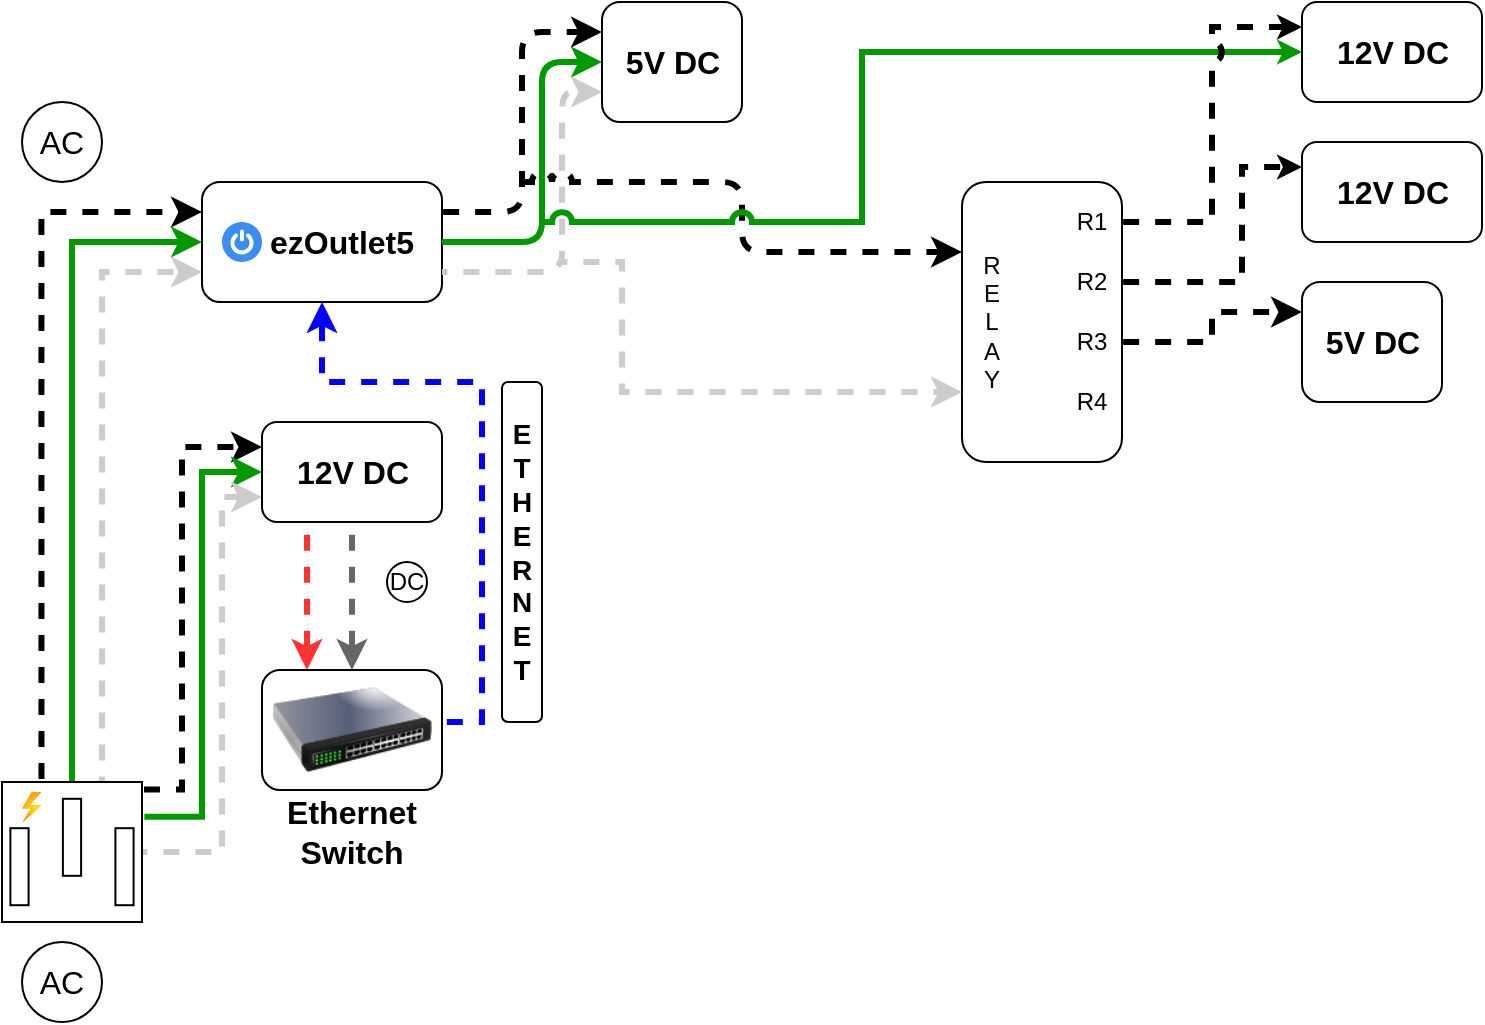
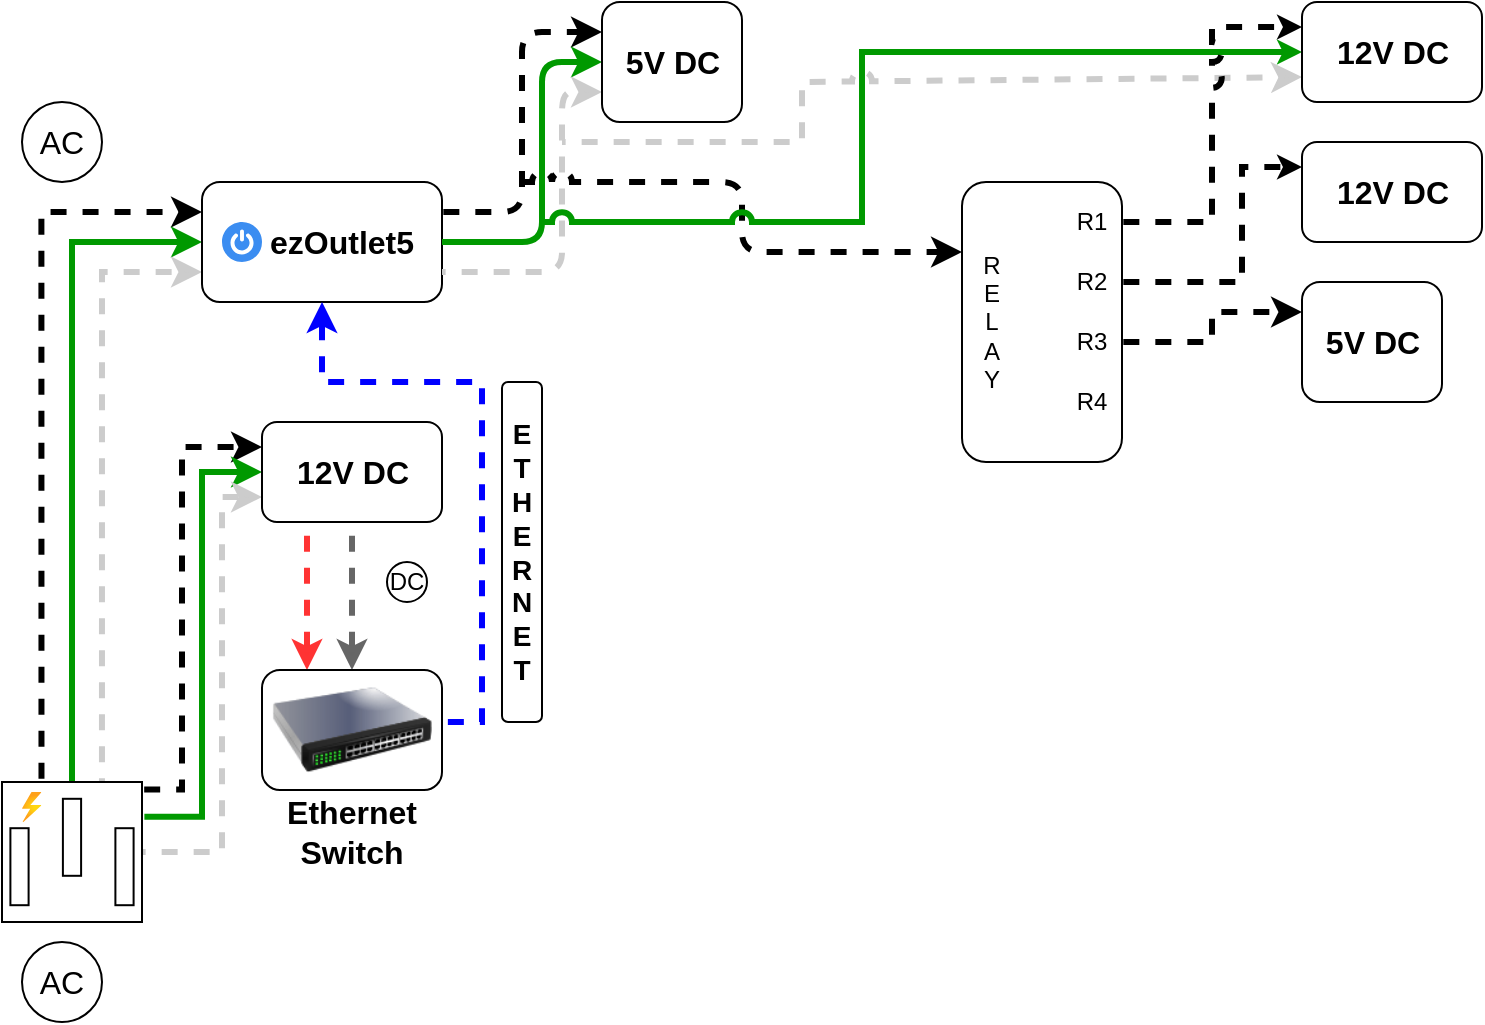
<mxfile host="app.diagrams.net" agent="Mozilla/5.0 (Windows NT 10.0; Win64; x64) AppleWebKit/537.36 (KHTML, like Gecko) Chrome/131.0.0.0 Safari/537.36 Edg/131.0.0.0" version="25.0.3">
  <diagram name="Page-1" id="VlRkN-xOVygPYa-iD9Ir">
-     <mxGraphModel dx="724" dy="454" grid="1" gridSize="10" guides="1" tooltips="1" connect="1" arrows="1" fold="1" page="1" pageScale="1" pageWidth="1169" pageHeight="827" background="none" math="0" shadow="0">
+     <mxGraphModel dx="1050" dy="658" grid="1" gridSize="10" guides="1" tooltips="1" connect="1" arrows="1" fold="1" page="1" pageScale="1" pageWidth="1169" pageHeight="827" background="none" math="0" shadow="0">
      <root>
        <mxCell id="0" />
        <mxCell id="1" parent="0" />
        <mxCell id="JVLtuT8sySUBbFbLTn6r-3" style="edgeStyle=orthogonalEdgeStyle;rounded=0;orthogonalLoop=1;jettySize=auto;html=1;entryX=0;entryY=0.25;entryDx=0;entryDy=0;exitX=0.282;exitY=-0.013;exitDx=0;exitDy=0;exitPerimeter=0;strokeWidth=3;flowAnimation=1;flowAnimationDirection=alternate;flowAnimationTimingFunction=ease-in-out;flowAnimationDuration=1500;" edge="1" parent="1" source="pD8juBFKP1GN8B8eYQTb-1" target="pD8juBFKP1GN8B8eYQTb-3">
          <mxGeometry relative="1" as="geometry" />
        </mxCell>
        <mxCell id="JVLtuT8sySUBbFbLTn6r-4" style="edgeStyle=orthogonalEdgeStyle;rounded=0;orthogonalLoop=1;jettySize=auto;html=1;exitX=0.5;exitY=0;exitDx=0;exitDy=0;exitPerimeter=0;entryX=0;entryY=0.5;entryDx=0;entryDy=0;strokeColor=#009900;strokeWidth=3;" edge="1" parent="1" source="pD8juBFKP1GN8B8eYQTb-1" target="pD8juBFKP1GN8B8eYQTb-3">
          <mxGeometry relative="1" as="geometry" />
        </mxCell>
        <mxCell id="JVLtuT8sySUBbFbLTn6r-5" style="edgeStyle=orthogonalEdgeStyle;rounded=0;orthogonalLoop=1;jettySize=auto;html=1;entryX=0;entryY=0.75;entryDx=0;entryDy=0;exitX=0.714;exitY=0;exitDx=0;exitDy=0;exitPerimeter=0;strokeWidth=3;strokeColor=#CCCCCC;flowAnimation=1;flowAnimationDirection=alternate-reverse;flowAnimationTimingFunction=ease-in-out;" edge="1" parent="1" source="pD8juBFKP1GN8B8eYQTb-1" target="pD8juBFKP1GN8B8eYQTb-3">
          <mxGeometry relative="1" as="geometry">
            <mxPoint x="120" y="320" as="targetPoint" />
          </mxGeometry>
        </mxCell>
        <mxCell id="JVLtuT8sySUBbFbLTn6r-6" style="edgeStyle=orthogonalEdgeStyle;rounded=0;orthogonalLoop=1;jettySize=auto;html=1;entryX=0;entryY=0.25;entryDx=0;entryDy=0;exitX=1.006;exitY=0.054;exitDx=0;exitDy=0;exitPerimeter=0;strokeWidth=3;flowAnimation=1;flowAnimationDirection=alternate;flowAnimationTimingFunction=ease-in-out;flowAnimationDuration=1500;" edge="1" parent="1" source="pD8juBFKP1GN8B8eYQTb-1" target="pD8juBFKP1GN8B8eYQTb-24">
          <mxGeometry relative="1" as="geometry">
            <Array as="points">
              <mxPoint x="120" y="404" />
              <mxPoint x="120" y="233" />
            </Array>
          </mxGeometry>
        </mxCell>
        <mxCell id="JVLtuT8sySUBbFbLTn6r-7" style="edgeStyle=orthogonalEdgeStyle;rounded=0;orthogonalLoop=1;jettySize=auto;html=1;entryX=0;entryY=0.5;entryDx=0;entryDy=0;exitX=1.017;exitY=0.249;exitDx=0;exitDy=0;exitPerimeter=0;strokeWidth=3;strokeColor=#009900;" edge="1" parent="1" source="pD8juBFKP1GN8B8eYQTb-1" target="pD8juBFKP1GN8B8eYQTb-24">
          <mxGeometry relative="1" as="geometry" />
        </mxCell>
        <mxCell id="JVLtuT8sySUBbFbLTn6r-8" style="edgeStyle=orthogonalEdgeStyle;rounded=0;orthogonalLoop=1;jettySize=auto;html=1;entryX=0;entryY=0.75;entryDx=0;entryDy=0;strokeColor=#CCCCCC;strokeWidth=3;flowAnimation=1;flowAnimationDirection=alternate-reverse;flowAnimationTimingFunction=ease-in-out;" edge="1" parent="1" source="pD8juBFKP1GN8B8eYQTb-1" target="pD8juBFKP1GN8B8eYQTb-24">
          <mxGeometry relative="1" as="geometry">
            <Array as="points">
              <mxPoint x="140" y="435" />
              <mxPoint x="140" y="258" />
            </Array>
          </mxGeometry>
        </mxCell>
        <mxCell id="JVLtuT8sySUBbFbLTn6r-1" value="" style="group" vertex="1" connectable="0" parent="1">
          <mxGeometry x="30" y="480" width="60" height="40" as="geometry" />
        </mxCell>
        <mxCell id="pD8juBFKP1GN8B8eYQTb-22" value="AC" style="text;html=1;align=center;verticalAlign=middle;whiteSpace=wrap;rounded=0;fontSize=16;" parent="JVLtuT8sySUBbFbLTn6r-1" vertex="1">
          <mxGeometry y="5" width="60" height="30" as="geometry" />
        </mxCell>
        <mxCell id="pD8juBFKP1GN8B8eYQTb-23" value="" style="ellipse;whiteSpace=wrap;html=1;fillColor=none;" parent="JVLtuT8sySUBbFbLTn6r-1" vertex="1">
          <mxGeometry x="10" width="40" height="40" as="geometry" />
        </mxCell>
        <mxCell id="JVLtuT8sySUBbFbLTn6r-2" value="" style="group" vertex="1" connectable="0" parent="1">
          <mxGeometry x="30" y="60" width="60" height="40" as="geometry" />
        </mxCell>
        <mxCell id="pD8juBFKP1GN8B8eYQTb-9" value="" style="ellipse;whiteSpace=wrap;html=1;fillColor=none;" parent="JVLtuT8sySUBbFbLTn6r-2" vertex="1">
          <mxGeometry x="10" width="40" height="40" as="geometry" />
        </mxCell>
        <mxCell id="pD8juBFKP1GN8B8eYQTb-11" value="AC" style="text;html=1;align=center;verticalAlign=middle;whiteSpace=wrap;rounded=0;fontSize=16;" parent="JVLtuT8sySUBbFbLTn6r-2" vertex="1">
          <mxGeometry y="5" width="60" height="30" as="geometry" />
        </mxCell>
        <mxCell id="JVLtuT8sySUBbFbLTn6r-9" value="" style="group" vertex="1" connectable="0" parent="1">
          <mxGeometry x="130" y="100" width="120" height="60" as="geometry" />
        </mxCell>
        <mxCell id="JVLtuT8sySUBbFbLTn6r-16" value="" style="group" vertex="1" connectable="0" parent="JVLtuT8sySUBbFbLTn6r-9">
          <mxGeometry width="120" height="60" as="geometry" />
        </mxCell>
        <mxCell id="pD8juBFKP1GN8B8eYQTb-3" value="" style="rounded=1;whiteSpace=wrap;html=1;" parent="JVLtuT8sySUBbFbLTn6r-16" vertex="1">
          <mxGeometry width="120" height="60" as="geometry" />
        </mxCell>
        <mxCell id="JVLtuT8sySUBbFbLTn6r-13" value="" style="sketch=0;html=1;aspect=fixed;strokeColor=none;shadow=0;fillColor=#3B8DF1;verticalAlign=top;labelPosition=center;verticalLabelPosition=bottom;shape=mxgraph.gcp2.a7_power" vertex="1" parent="JVLtuT8sySUBbFbLTn6r-16">
          <mxGeometry x="10" y="20" width="20" height="20" as="geometry" />
        </mxCell>
        <mxCell id="pD8juBFKP1GN8B8eYQTb-15" value="&lt;b&gt;ezOutlet5&lt;/b&gt;" style="text;html=1;align=center;verticalAlign=middle;whiteSpace=wrap;rounded=0;fontSize=16;" parent="JVLtuT8sySUBbFbLTn6r-16" vertex="1">
          <mxGeometry x="40" y="10" width="60" height="40" as="geometry" />
        </mxCell>
        <mxCell id="JVLtuT8sySUBbFbLTn6r-11" value="" style="group" vertex="1" connectable="0" parent="1">
          <mxGeometry x="160" y="220" width="90" height="50" as="geometry" />
        </mxCell>
        <mxCell id="JVLtuT8sySUBbFbLTn6r-72" value="" style="group" vertex="1" connectable="0" parent="JVLtuT8sySUBbFbLTn6r-11">
          <mxGeometry width="90" height="50" as="geometry" />
        </mxCell>
        <mxCell id="pD8juBFKP1GN8B8eYQTb-24" value="" style="rounded=1;whiteSpace=wrap;html=1;" parent="JVLtuT8sySUBbFbLTn6r-72" vertex="1">
          <mxGeometry width="90" height="50" as="geometry" />
        </mxCell>
        <mxCell id="JVLtuT8sySUBbFbLTn6r-10" value="&lt;font style=&quot;font-size: 16px;&quot;&gt;&lt;b&gt;12V DC&lt;/b&gt;&lt;/font&gt;" style="text;html=1;align=center;verticalAlign=middle;whiteSpace=wrap;rounded=0;" vertex="1" parent="JVLtuT8sySUBbFbLTn6r-72">
          <mxGeometry x="15.75" y="10" width="58.5" height="30" as="geometry" />
        </mxCell>
        <mxCell id="JVLtuT8sySUBbFbLTn6r-18" value="" style="group" vertex="1" connectable="0" parent="1">
          <mxGeometry x="30" y="400" width="70" height="70" as="geometry" />
        </mxCell>
        <mxCell id="pD8juBFKP1GN8B8eYQTb-1" value="" style="pointerEvents=1;verticalLabelPosition=bottom;shadow=0;dashed=0;align=center;html=1;verticalAlign=top;shape=mxgraph.electrical.miscellaneous.ac_out" parent="JVLtuT8sySUBbFbLTn6r-18" vertex="1">
          <mxGeometry width="70" height="70" as="geometry" />
        </mxCell>
        <mxCell id="JVLtuT8sySUBbFbLTn6r-12" value="" style="image;aspect=fixed;html=1;points=[];align=center;fontSize=12;image=img/lib/azure2/general/Power.svg;" vertex="1" parent="JVLtuT8sySUBbFbLTn6r-18">
          <mxGeometry x="10" y="5" width="9.72" height="15" as="geometry" />
        </mxCell>
        <mxCell id="JVLtuT8sySUBbFbLTn6r-23" style="edgeStyle=orthogonalEdgeStyle;rounded=0;orthogonalLoop=1;jettySize=auto;html=1;entryX=0.25;entryY=0;entryDx=0;entryDy=0;exitX=0.25;exitY=1;exitDx=0;exitDy=0;strokeColor=#FF3333;strokeWidth=3;flowAnimation=1;" edge="1" parent="1" source="pD8juBFKP1GN8B8eYQTb-24" target="JVLtuT8sySUBbFbLTn6r-19">
          <mxGeometry relative="1" as="geometry" />
        </mxCell>
        <mxCell id="JVLtuT8sySUBbFbLTn6r-28" value="" style="group" vertex="1" connectable="0" parent="1">
          <mxGeometry x="220" y="290" width="25" height="20" as="geometry" />
        </mxCell>
        <mxCell id="JVLtuT8sySUBbFbLTn6r-26" value="" style="ellipse;whiteSpace=wrap;html=1;aspect=fixed;" vertex="1" parent="JVLtuT8sySUBbFbLTn6r-28">
          <mxGeometry x="2.5" width="20" height="20" as="geometry" />
        </mxCell>
        <mxCell id="JVLtuT8sySUBbFbLTn6r-27" value="&lt;font&gt;DC&lt;/font&gt;" style="text;html=1;align=center;verticalAlign=middle;whiteSpace=wrap;rounded=0;" vertex="1" parent="JVLtuT8sySUBbFbLTn6r-28">
          <mxGeometry y="2.5" width="25" height="15" as="geometry" />
        </mxCell>
        <mxCell id="JVLtuT8sySUBbFbLTn6r-29" style="edgeStyle=orthogonalEdgeStyle;rounded=0;orthogonalLoop=1;jettySize=auto;html=1;exitX=0.5;exitY=1;exitDx=0;exitDy=0;entryX=0.5;entryY=0;entryDx=0;entryDy=0;strokeWidth=3;flowAnimation=1;strokeColor=#666666;" edge="1" parent="1" source="pD8juBFKP1GN8B8eYQTb-24" target="JVLtuT8sySUBbFbLTn6r-19">
          <mxGeometry relative="1" as="geometry" />
        </mxCell>
        <mxCell id="JVLtuT8sySUBbFbLTn6r-30" style="edgeStyle=orthogonalEdgeStyle;rounded=0;orthogonalLoop=1;jettySize=auto;html=1;exitX=1;exitY=0.5;exitDx=0;exitDy=0;entryX=0.5;entryY=1;entryDx=0;entryDy=0;strokeColor=#0000FF;strokeWidth=3;flowAnimation=1;" edge="1" parent="1" source="JVLtuT8sySUBbFbLTn6r-19" target="pD8juBFKP1GN8B8eYQTb-3">
          <mxGeometry relative="1" as="geometry">
            <Array as="points">
              <mxPoint x="270" y="370" />
              <mxPoint x="270" y="200" />
              <mxPoint x="190" y="200" />
            </Array>
          </mxGeometry>
        </mxCell>
        <mxCell id="JVLtuT8sySUBbFbLTn6r-31" value="" style="rounded=1;whiteSpace=wrap;html=1;" vertex="1" parent="1">
          <mxGeometry x="280" y="200" width="20" height="170" as="geometry" />
        </mxCell>
        <mxCell id="JVLtuT8sySUBbFbLTn6r-32" value="&lt;b&gt;&lt;font style=&quot;font-size: 14px;&quot;&gt;E&lt;/font&gt;&lt;/b&gt;&lt;div&gt;&lt;b&gt;&lt;font style=&quot;font-size: 14px;&quot;&gt;T&lt;/font&gt;&lt;/b&gt;&lt;/div&gt;&lt;div&gt;&lt;b&gt;&lt;font style=&quot;font-size: 14px;&quot;&gt;H&lt;/font&gt;&lt;/b&gt;&lt;/div&gt;&lt;div&gt;&lt;b&gt;&lt;font style=&quot;font-size: 14px;&quot;&gt;E&lt;/font&gt;&lt;/b&gt;&lt;/div&gt;&lt;div&gt;&lt;b&gt;&lt;font style=&quot;font-size: 14px;&quot;&gt;R&lt;/font&gt;&lt;/b&gt;&lt;/div&gt;&lt;div&gt;&lt;b&gt;&lt;font style=&quot;font-size: 14px;&quot;&gt;N&lt;/font&gt;&lt;/b&gt;&lt;/div&gt;&lt;div&gt;&lt;b&gt;&lt;font style=&quot;font-size: 14px;&quot;&gt;E&lt;/font&gt;&lt;/b&gt;&lt;/div&gt;&lt;div&gt;&lt;b&gt;&lt;font style=&quot;font-size: 14px;&quot;&gt;T&lt;/font&gt;&lt;/b&gt;&lt;/div&gt;" style="text;html=1;align=center;verticalAlign=middle;whiteSpace=wrap;rounded=0;" vertex="1" parent="1">
          <mxGeometry x="275" y="180" width="30" height="210" as="geometry" />
        </mxCell>
        <mxCell id="JVLtuT8sySUBbFbLTn6r-33" value="" style="rounded=1;whiteSpace=wrap;html=1;" vertex="1" parent="1">
          <mxGeometry x="510" y="100" width="80" height="140" as="geometry" />
        </mxCell>
        <mxCell id="JVLtuT8sySUBbFbLTn6r-35" style="edgeStyle=orthogonalEdgeStyle;rounded=1;orthogonalLoop=1;jettySize=auto;html=1;exitX=1;exitY=0.25;exitDx=0;exitDy=0;entryX=0;entryY=0.25;entryDx=0;entryDy=0;curved=0;strokeWidth=3;flowAnimation=1;flowAnimationDirection=alternate;flowAnimationTimingFunction=ease-in-out;flowAnimationDuration=1500;" edge="1" parent="1" source="pD8juBFKP1GN8B8eYQTb-3" target="JVLtuT8sySUBbFbLTn6r-34">
          <mxGeometry relative="1" as="geometry" />
        </mxCell>
        <mxCell id="JVLtuT8sySUBbFbLTn6r-36" style="edgeStyle=orthogonalEdgeStyle;rounded=1;orthogonalLoop=1;jettySize=auto;html=1;exitX=1;exitY=0.5;exitDx=0;exitDy=0;entryX=0;entryY=0.5;entryDx=0;entryDy=0;curved=0;strokeWidth=3;strokeColor=#009900;" edge="1" parent="1" source="pD8juBFKP1GN8B8eYQTb-3" target="JVLtuT8sySUBbFbLTn6r-34">
          <mxGeometry relative="1" as="geometry">
            <Array as="points">
              <mxPoint x="300" y="130" />
              <mxPoint x="300" y="40" />
            </Array>
          </mxGeometry>
        </mxCell>
        <mxCell id="JVLtuT8sySUBbFbLTn6r-37" style="edgeStyle=orthogonalEdgeStyle;rounded=1;orthogonalLoop=1;jettySize=auto;html=1;exitX=1;exitY=0.75;exitDx=0;exitDy=0;entryX=0;entryY=0.75;entryDx=0;entryDy=0;curved=0;strokeColor=#CCCCCC;strokeWidth=3;flowAnimation=1;flowAnimationDirection=alternate-reverse;flowAnimationTimingFunction=ease-in-out;" edge="1" parent="1" source="pD8juBFKP1GN8B8eYQTb-3" target="JVLtuT8sySUBbFbLTn6r-34">
          <mxGeometry relative="1" as="geometry">
            <Array as="points">
              <mxPoint x="310" y="145" />
              <mxPoint x="310" y="55" />
            </Array>
          </mxGeometry>
        </mxCell>
        <mxCell id="JVLtuT8sySUBbFbLTn6r-40" value="" style="endArrow=classic;html=1;rounded=1;curved=0;entryX=0;entryY=0.25;entryDx=0;entryDy=0;jumpStyle=arc;strokeWidth=3;flowAnimation=1;flowAnimationDirection=alternate;flowAnimationTimingFunction=ease-in-out;flowAnimationDuration=1500;" edge="1" parent="1" target="JVLtuT8sySUBbFbLTn6r-33">
          <mxGeometry width="50" height="50" relative="1" as="geometry">
            <mxPoint x="290" y="100" as="sourcePoint" />
            <mxPoint x="410" y="170" as="targetPoint" />
            <Array as="points">
              <mxPoint x="400" y="100" />
              <mxPoint x="400" y="135" />
            </Array>
          </mxGeometry>
        </mxCell>
        <mxCell id="JVLtuT8sySUBbFbLTn6r-51" value="" style="group" vertex="1" connectable="0" parent="1">
          <mxGeometry x="160" y="344" width="90" height="96" as="geometry" />
        </mxCell>
        <mxCell id="JVLtuT8sySUBbFbLTn6r-21" value="" style="group" vertex="1" connectable="0" parent="JVLtuT8sySUBbFbLTn6r-51">
          <mxGeometry width="90" height="70" as="geometry" />
        </mxCell>
        <mxCell id="JVLtuT8sySUBbFbLTn6r-50" value="" style="group" vertex="1" connectable="0" parent="JVLtuT8sySUBbFbLTn6r-21">
          <mxGeometry width="90" height="70" as="geometry" />
        </mxCell>
        <mxCell id="JVLtuT8sySUBbFbLTn6r-19" value="" style="rounded=1;whiteSpace=wrap;html=1;" vertex="1" parent="JVLtuT8sySUBbFbLTn6r-50">
          <mxGeometry width="90" height="60" as="geometry" />
        </mxCell>
        <mxCell id="JVLtuT8sySUBbFbLTn6r-49" value="" style="image;html=1;image=img/lib/clip_art/networking/Switch_128x128.png" vertex="1" parent="JVLtuT8sySUBbFbLTn6r-50">
          <mxGeometry x="5" y="-10" width="80" height="80" as="geometry" />
        </mxCell>
        <mxCell id="JVLtuT8sySUBbFbLTn6r-20" value="&lt;b&gt;&lt;font style=&quot;font-size: 16px;&quot;&gt;Ethernet&lt;/font&gt;&lt;/b&gt;&lt;div&gt;&lt;b&gt;&lt;font style=&quot;font-size: 16px;&quot;&gt;Switch&lt;/font&gt;&lt;/b&gt;&lt;/div&gt;" style="text;html=1;align=center;verticalAlign=middle;whiteSpace=wrap;rounded=0;" vertex="1" parent="JVLtuT8sySUBbFbLTn6r-51">
          <mxGeometry x="15" y="66" width="60" height="30" as="geometry" />
        </mxCell>
        <mxCell id="JVLtuT8sySUBbFbLTn6r-53" value="" style="group" vertex="1" connectable="0" parent="1">
          <mxGeometry x="330" y="10" width="70" height="60" as="geometry" />
        </mxCell>
        <mxCell id="JVLtuT8sySUBbFbLTn6r-71" value="" style="group" vertex="1" connectable="0" parent="JVLtuT8sySUBbFbLTn6r-53">
          <mxGeometry width="70" height="60" as="geometry" />
        </mxCell>
        <mxCell id="JVLtuT8sySUBbFbLTn6r-34" value="" style="rounded=1;whiteSpace=wrap;html=1;" vertex="1" parent="JVLtuT8sySUBbFbLTn6r-71">
          <mxGeometry width="70" height="60" as="geometry" />
        </mxCell>
        <mxCell id="JVLtuT8sySUBbFbLTn6r-52" value="&lt;font style=&quot;font-size: 16px;&quot;&gt;&lt;b&gt;5&lt;/b&gt;&lt;/font&gt;&lt;b style=&quot;font-size: 16px; background-color: initial;&quot;&gt;V DC&lt;/b&gt;" style="text;html=1;align=center;verticalAlign=middle;whiteSpace=wrap;rounded=0;" vertex="1" parent="JVLtuT8sySUBbFbLTn6r-71">
          <mxGeometry x="5.75" y="15" width="58.5" height="30" as="geometry" />
        </mxCell>
        <mxCell id="JVLtuT8sySUBbFbLTn6r-54" value="" style="endArrow=classic;html=1;rounded=0;entryX=0;entryY=0.5;entryDx=0;entryDy=0;jumpStyle=arc;strokeColor=#009900;strokeWidth=3;endSize=3;" edge="1" parent="1" target="JVLtuT8sySUBbFbLTn6r-74">
          <mxGeometry width="50" height="50" relative="1" as="geometry">
            <mxPoint x="300" y="120" as="sourcePoint" />
            <mxPoint x="350" y="80" as="targetPoint" />
            <Array as="points">
              <mxPoint x="460" y="120" />
              <mxPoint x="460" y="35" />
            </Array>
          </mxGeometry>
        </mxCell>
-         <mxCell id="JVLtuT8sySUBbFbLTn6r-55" value="" style="endArrow=classic;html=1;rounded=0;entryX=0;entryY=0.75;entryDx=0;entryDy=0;strokeColor=#CCCCCC;strokeWidth=3;jumpStyle=arc;flowAnimation=1;flowAnimationDirection=alternate-reverse;flowAnimationTimingFunction=ease-in-out;" edge="1" parent="1" target="JVLtuT8sySUBbFbLTn6r-33">
+         <mxCell id="JVLtuT8sySUBbFbLTn6r-55" value="" style="endArrow=classic;html=1;rounded=0;entryX=0;entryY=0.75;entryDx=0;entryDy=0;strokeColor=#CCCCCC;strokeWidth=3;jumpStyle=arc;flowAnimation=1;flowAnimationDirection=alternate-reverse;flowAnimationTimingFunction=ease-in-out;" edge="1" parent="1" target="JVLtuT8sySUBbFbLTn6r-74">
          <mxGeometry width="50" height="50" relative="1" as="geometry">
-             <mxPoint x="310" y="140" as="sourcePoint" />
+             <mxPoint x="310" y="80" as="sourcePoint" />
            <mxPoint x="350" y="140" as="targetPoint" />
            <Array as="points">
-               <mxPoint x="340" y="140" />
-               <mxPoint x="340" y="205" />
+               <mxPoint x="430" y="80" />
+               <mxPoint x="430" y="50" />
+               <mxPoint x="520" y="50" />
            </Array>
          </mxGeometry>
        </mxCell>
        <mxCell id="JVLtuT8sySUBbFbLTn6r-56" value="R&lt;div&gt;E&lt;/div&gt;&lt;div&gt;L&lt;/div&gt;&lt;div&gt;A&lt;/div&gt;&lt;div&gt;Y&lt;/div&gt;" style="text;html=1;align=center;verticalAlign=middle;whiteSpace=wrap;rounded=0;" vertex="1" parent="1">
          <mxGeometry x="510" y="135" width="30" height="70" as="geometry" />
        </mxCell>
        <mxCell id="JVLtuT8sySUBbFbLTn6r-79" style="edgeStyle=orthogonalEdgeStyle;rounded=0;orthogonalLoop=1;jettySize=auto;html=1;exitX=1;exitY=0.5;exitDx=0;exitDy=0;entryX=0;entryY=0.25;entryDx=0;entryDy=0;strokeWidth=3;flowAnimation=1;flowAnimationDirection=alternate;flowAnimationTimingFunction=ease-in-out;flowAnimationDuration=1500;jumpStyle=arc;endSize=3;" edge="1" parent="1" source="JVLtuT8sySUBbFbLTn6r-57" target="JVLtuT8sySUBbFbLTn6r-74">
          <mxGeometry relative="1" as="geometry" />
        </mxCell>
        <mxCell id="JVLtuT8sySUBbFbLTn6r-57" value="R1" style="text;html=1;align=center;verticalAlign=middle;whiteSpace=wrap;rounded=0;" vertex="1" parent="1">
          <mxGeometry x="560" y="105" width="30" height="30" as="geometry" />
        </mxCell>
        <mxCell id="JVLtuT8sySUBbFbLTn6r-80" style="edgeStyle=orthogonalEdgeStyle;rounded=0;orthogonalLoop=1;jettySize=auto;html=1;exitX=1;exitY=0.5;exitDx=0;exitDy=0;entryX=0;entryY=0.25;entryDx=0;entryDy=0;strokeWidth=3;flowAnimation=1;flowAnimationDirection=alternate;flowAnimationTimingFunction=ease-in-out;flowAnimationDuration=1500;endSize=3;" edge="1" parent="1" source="JVLtuT8sySUBbFbLTn6r-58" target="JVLtuT8sySUBbFbLTn6r-77">
          <mxGeometry relative="1" as="geometry">
            <Array as="points">
              <mxPoint x="650" y="150" />
              <mxPoint x="650" y="93" />
            </Array>
          </mxGeometry>
        </mxCell>
        <mxCell id="JVLtuT8sySUBbFbLTn6r-58" value="R2" style="text;html=1;align=center;verticalAlign=middle;whiteSpace=wrap;rounded=0;" vertex="1" parent="1">
          <mxGeometry x="560" y="135" width="30" height="30" as="geometry" />
        </mxCell>
        <mxCell id="JVLtuT8sySUBbFbLTn6r-81" style="edgeStyle=orthogonalEdgeStyle;rounded=0;orthogonalLoop=1;jettySize=auto;html=1;exitX=1;exitY=0.5;exitDx=0;exitDy=0;entryX=0;entryY=0.25;entryDx=0;entryDy=0;strokeWidth=3;flowAnimation=1;flowAnimationDirection=alternate;flowAnimationTimingFunction=ease-in-out;flowAnimationDuration=1500;" edge="1" parent="1" source="JVLtuT8sySUBbFbLTn6r-59" target="JVLtuT8sySUBbFbLTn6r-63">
          <mxGeometry relative="1" as="geometry" />
        </mxCell>
        <mxCell id="JVLtuT8sySUBbFbLTn6r-59" value="R3" style="text;html=1;align=center;verticalAlign=middle;whiteSpace=wrap;rounded=0;" vertex="1" parent="1">
          <mxGeometry x="560" y="165" width="30" height="30" as="geometry" />
        </mxCell>
        <mxCell id="JVLtuT8sySUBbFbLTn6r-60" value="R4" style="text;html=1;align=center;verticalAlign=middle;whiteSpace=wrap;rounded=0;" vertex="1" parent="1">
          <mxGeometry x="560" y="195" width="30" height="30" as="geometry" />
        </mxCell>
        <mxCell id="JVLtuT8sySUBbFbLTn6r-67" value="" style="group" vertex="1" connectable="0" parent="1">
          <mxGeometry x="680" y="150" width="70" height="60" as="geometry" />
        </mxCell>
        <mxCell id="JVLtuT8sySUBbFbLTn6r-63" value="" style="rounded=1;whiteSpace=wrap;html=1;" vertex="1" parent="JVLtuT8sySUBbFbLTn6r-67">
          <mxGeometry width="70" height="60" as="geometry" />
        </mxCell>
        <mxCell id="JVLtuT8sySUBbFbLTn6r-62" value="" style="group" vertex="1" connectable="0" parent="JVLtuT8sySUBbFbLTn6r-67">
          <mxGeometry width="70" height="60" as="geometry" />
        </mxCell>
        <mxCell id="JVLtuT8sySUBbFbLTn6r-64" value="&lt;font style=&quot;font-size: 16px;&quot;&gt;&lt;b&gt;5&lt;/b&gt;&lt;/font&gt;&lt;b style=&quot;font-size: 16px; background-color: initial;&quot;&gt;V DC&lt;/b&gt;" style="text;html=1;align=center;verticalAlign=middle;whiteSpace=wrap;rounded=0;" vertex="1" parent="JVLtuT8sySUBbFbLTn6r-62">
          <mxGeometry x="5.75" y="15" width="58.5" height="30" as="geometry" />
        </mxCell>
        <mxCell id="JVLtuT8sySUBbFbLTn6r-73" value="" style="group" vertex="1" connectable="0" parent="1">
          <mxGeometry x="680" y="10" width="90" height="50" as="geometry" />
        </mxCell>
        <mxCell id="JVLtuT8sySUBbFbLTn6r-74" value="" style="rounded=1;whiteSpace=wrap;html=1;" vertex="1" parent="JVLtuT8sySUBbFbLTn6r-73">
          <mxGeometry width="90" height="50" as="geometry" />
        </mxCell>
        <mxCell id="JVLtuT8sySUBbFbLTn6r-75" value="&lt;font style=&quot;font-size: 16px;&quot;&gt;&lt;b&gt;12V DC&lt;/b&gt;&lt;/font&gt;" style="text;html=1;align=center;verticalAlign=middle;whiteSpace=wrap;rounded=0;" vertex="1" parent="JVLtuT8sySUBbFbLTn6r-73">
          <mxGeometry x="15.75" y="10" width="58.5" height="30" as="geometry" />
        </mxCell>
        <mxCell id="JVLtuT8sySUBbFbLTn6r-76" value="" style="group" vertex="1" connectable="0" parent="1">
          <mxGeometry x="680" y="80" width="90" height="50" as="geometry" />
        </mxCell>
        <mxCell id="JVLtuT8sySUBbFbLTn6r-77" value="" style="rounded=1;whiteSpace=wrap;html=1;" vertex="1" parent="JVLtuT8sySUBbFbLTn6r-76">
          <mxGeometry width="90" height="50" as="geometry" />
        </mxCell>
        <mxCell id="JVLtuT8sySUBbFbLTn6r-78" value="&lt;font style=&quot;font-size: 16px;&quot;&gt;&lt;b&gt;12V DC&lt;/b&gt;&lt;/font&gt;" style="text;html=1;align=center;verticalAlign=middle;whiteSpace=wrap;rounded=0;" vertex="1" parent="JVLtuT8sySUBbFbLTn6r-76">
          <mxGeometry x="15.75" y="10" width="58.5" height="30" as="geometry" />
        </mxCell>
      </root>
    </mxGraphModel>
  </diagram>
</mxfile>
